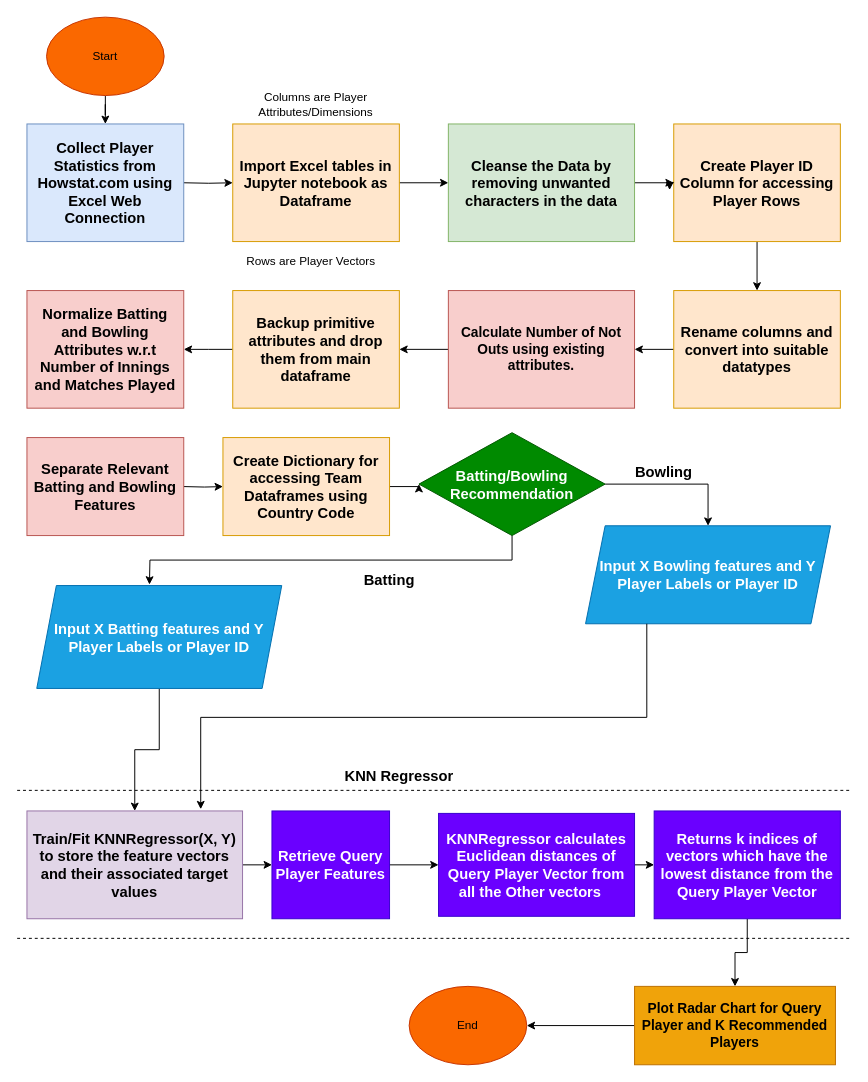
Above: flowchart_results/block_diagram.drawio in MRPrayh/MatchConRep (draw.io), before the change. Source tidied: cells renumbered, new cells numbered last; positions are measured from the earlier drawing's top-left corner, leaving out a move shared by most shapes. Both pictures are drawn from the tidied source at 98%, with x=0, y=0 at pixel (17, 17).
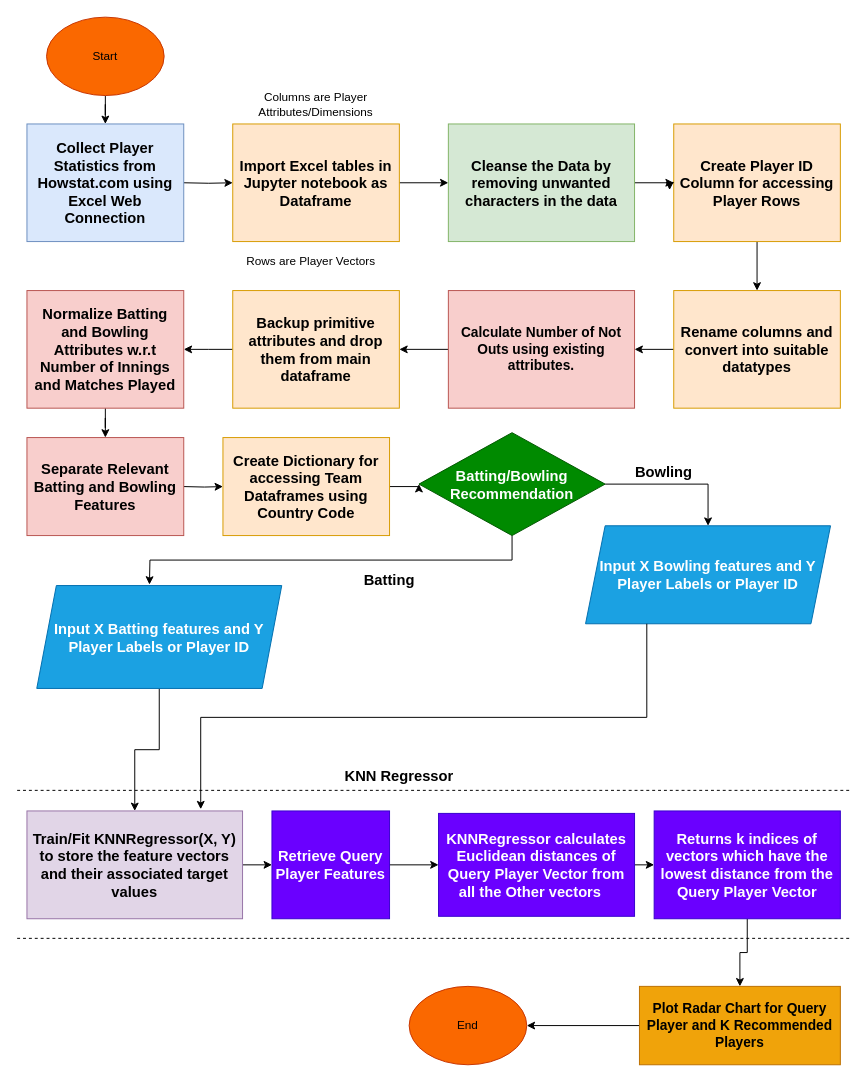
The same page after the edit.

The change refers to these unchanged cells:
```xml
<mxCell id="20" value="&lt;b&gt;&lt;font style=&quot;font-size: 15px;&quot;&gt;Normalize Batting and Bowling Attributes w.r.t Number of Innings and Matches Played&lt;/font&gt;&lt;/b&gt;" style="rounded=0;whiteSpace=wrap;html=1;fillColor=#f8cecc;strokeColor=#b85450;" parent="1" vertex="1">
  <mxGeometry x="10" y="279" width="160" height="120" as="geometry" />
</mxCell>
<mxCell id="22" value="&lt;b&gt;&lt;font style=&quot;font-size: 15px;&quot;&gt;Separate Relevant Batting and Bowling Features&lt;/font&gt;&lt;/b&gt;" style="rounded=0;whiteSpace=wrap;html=1;fillColor=#f8cecc;strokeColor=#b85450;" parent="1" vertex="1">
  <mxGeometry x="10" y="429" width="160" height="100" as="geometry" />
</mxCell>
<mxCell id="40" value="&lt;b&gt;&lt;font style=&quot;font-size: 15px;&quot;&gt;Returns k indices of vectors which have the lowest distance from the Query Player Vector&lt;/font&gt;&lt;/b&gt;" style="rounded=0;whiteSpace=wrap;html=1;fillColor=#6a00ff;fontColor=#ffffff;strokeColor=#3700CC;" parent="1" vertex="1">
  <mxGeometry x="650" y="810" width="190" height="110" as="geometry" />
</mxCell>
```

What changed in the source:
```diff
@@
+    <mxCell id="50" style="edgeStyle=orthogonalEdgeStyle;rounded=0;jettySize=auto;html=1;" parent="1" edge="1" source="20" target="22">
+      <mxGeometry relative="1" as="geometry" />
+    </mxCell>
@@
-    <mxCell id="39" style="edgeStyle=orthogonalEdgeStyle;rounded=0;jettySize=auto;html=1;exitX=0.5;exitY=1;exitDx=0;exitDy=0;" parent="1" edge="1" source="40" target="45">
+    <mxCell id="39" style="edgeStyle=orthogonalEdgeStyle;rounded=0;jettySize=auto;html=1;exitX=0.5;exitY=1;exitDx=0;exitDy=0;entryX=0.5;entryY=0;entryDx=0;entryDy=0;" parent="1" edge="1" source="40" target="45">
       <mxGeometry relative="1" as="geometry" />
     </mxCell>
@@
     <mxCell id="45" value="&lt;b&gt;&lt;font style=&quot;font-size: 14px;&quot;&gt;Plot Radar Chart for Query Player and K Recommended Players&lt;/font&gt;&lt;/b&gt;" style="rounded=0;whiteSpace=wrap;html=1;fillColor=#f0a30a;fontColor=#000000;strokeColor=#BD7000;" parent="1" vertex="1">
-      <mxGeometry x="630" y="989" width="205" height="80" as="geometry" />
+      <mxGeometry x="635" y="989" width="205" height="80" as="geometry" />
     </mxCell>
```
